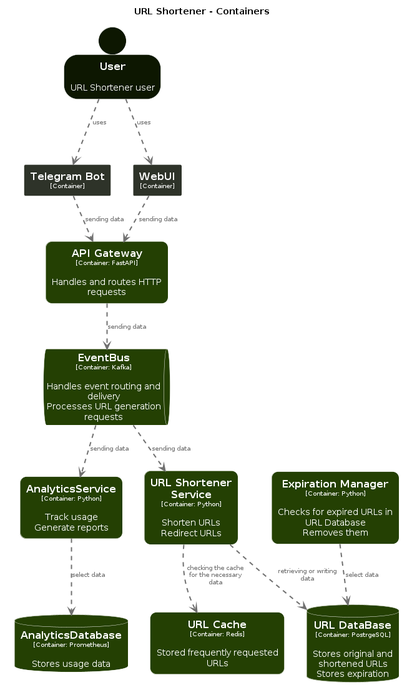
This is architecture/diagrams/structurizr-Container-001.png from neojelll/url-shortener, a PlantUML export, as it was before one commit.
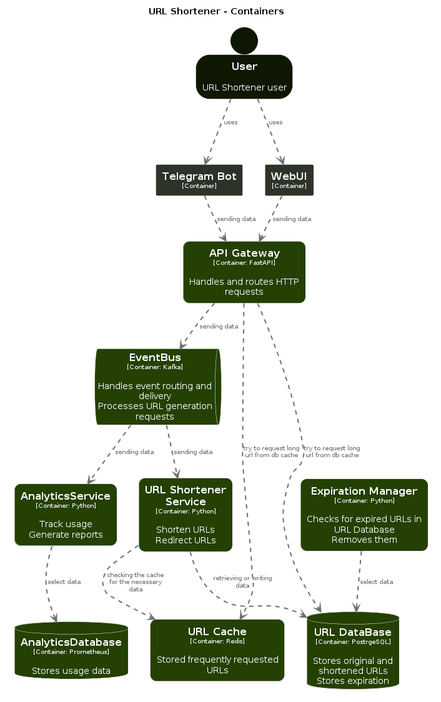
After the commit.

What changed in the source:
```diff
@@ -110,6 +110,8 @@
 URLShortener.TelegramBot .[#707070,thickness=2].> URLShortener.APIGateway : "<color:#707070>sending data"
 URLShortener.WebUI .[#707070,thickness=2].> URLShortener.APIGateway : "<color:#707070>sending data"
 URLShortener.APIGateway .[#707070,thickness=2].> URLShortener.EventBus : "<color:#707070>sending data"
+URLShortener.APIGateway .[#707070,thickness=2].> URLShortener.URLDataBase : "<color:#707070>try to request long url from db cache"
+URLShortener.APIGateway .[#707070,thickness=2].> URLShortener.URLCache : "<color:#707070>try to request long url from db cache"
 URLShortener.EventBus .[#707070,thickness=2].> URLShortener.AnalyticsService : "<color:#707070>sending data"
 URLShortener.EventBus .[#707070,thickness=2].> URLShortener.URLShortenerService : "<color:#707070>sending data"
 URLShortener.AnalyticsService .[#707070,thickness=2].> URLShortener.AnalyticsDatabase : "<color:#707070>select data"
```
